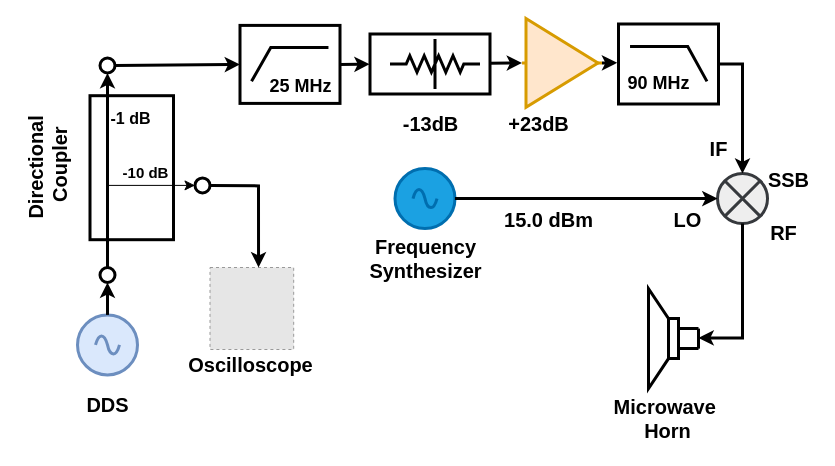
This is Block_Diagram/MicrowaveSystem.drawio from QuantumDevil/DissertationPlot, a draw.io file, before an edit. Source tidied: cells renumbered, new cells numbered last; positions are measured from the earlier drawing's top-left corner, leaving out a move shared by most shapes. Both pictures are drawn from the tidied source at 100%, with x=0, y=0 at pixel (-13, 18). Pictures stored in the file or linked from it are replaced by grey dashed boxes.
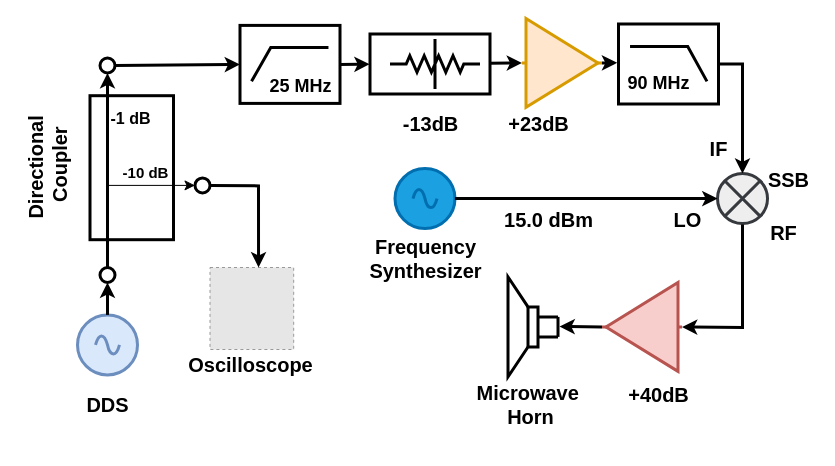
The same page after the edit.

The change refers to these unchanged cells:
```xml
<mxCell id="4" style="verticalLabelPosition=bottom;shadow=0;dashed=0;align=center;html=1;verticalAlign=top;shape=mxgraph.electrical.abstract.multiplier;strokeWidth=3;fillColor=#eeeeee;strokeColor=#36393d;" parent="1" vertex="1">
  <mxGeometry x="730" y="155.1" width="50" height="50" as="geometry" />
</mxCell>
```

Diff of the diagram source:
```diff
@@
-    <mxCell id="9" style="endArrow=classic;html=1;rounded=0;strokeWidth=3;entryX=0;entryY=0.507;entryDx=0;entryDy=0;entryPerimeter=0;exitX=0.5;exitY=1;exitDx=0;exitDy=0;exitPerimeter=0;" parent="1" edge="1" source="4" target="43">
+    <mxCell id="9" style="endArrow=classic;html=1;rounded=0;strokeWidth=3;exitX=0.5;exitY=1;exitDx=0;exitDy=0;exitPerimeter=0;entryX=0;entryY=0.5;entryDx=0;entryDy=0;entryPerimeter=0;" parent="1" edge="1" target="46">
       <mxGeometry relative="1" as="geometry">
+        <mxPoint x="755" y="206.1" as="sourcePoint" />
         <Array as="points">
-          <mxPoint x="755" y="319.4" />
+          <mxPoint x="755" y="309" />
         </Array>
       </mxGeometry>
     </mxCell>
@@
     <mxCell id="43" style="verticalLabelPosition=bottom;shadow=0;dashed=0;align=center;html=1;verticalAlign=top;shape=mxgraph.electrical.electro-mechanical.loudspeaker;direction=west;strokeWidth=3;" parent="1" vertex="1">
-      <mxGeometry x="661" y="270.1" width="50" height="100" as="geometry" />
+      <mxGeometry x="520.5" y="258.4" width="50" height="100" as="geometry" />
     </mxCell>
@@
     <mxCell id="45" value="&lt;div&gt;Microwave&amp;nbsp;&lt;/div&gt;&lt;div&gt;Horn&lt;/div&gt;" style="text;html=1;align=center;verticalAlign=middle;strokeColor=none;fillColor=none;strokeWidth=1;fontFamily=Congenial;fontSize=20;fontStyle=1;" parent="1" vertex="1">
-      <mxGeometry x="614.5" y="370.1" width="130" height="60" as="geometry" />
+      <mxGeometry x="477.5" y="356.4" width="130" height="60" as="geometry" />
     </mxCell>
+    <mxCell id="46" style="verticalLabelPosition=bottom;shadow=0;dashed=0;align=center;html=1;verticalAlign=top;shape=mxgraph.electrical.abstract.amplifier;strokeWidth=3;fillColor=#f8cecc;strokeColor=#b85450;direction=west;" parent="1" vertex="1">
+      <mxGeometry x="614.5" y="264" width="80" height="88.9" as="geometry" />
+    </mxCell>
+    <mxCell id="47" value="+40dB" style="text;html=1;align=center;verticalAlign=middle;strokeColor=none;fillColor=none;strokeWidth=1;fontFamily=Congenial;fontSize=20;fontStyle=1;" parent="1" vertex="1">
+      <mxGeometry x="631" y="356.4" width="80" height="40" as="geometry" />
+    </mxCell>
+    <mxCell id="48" style="endArrow=classic;html=1;rounded=0;strokeWidth=3;exitX=1;exitY=0.5;exitDx=0;exitDy=0;exitPerimeter=0;" parent="1" edge="1" source="46">
+      <mxGeometry relative="1" as="geometry">
+        <mxPoint x="572" y="308" as="targetPoint" />
+      </mxGeometry>
+    </mxCell>
```
